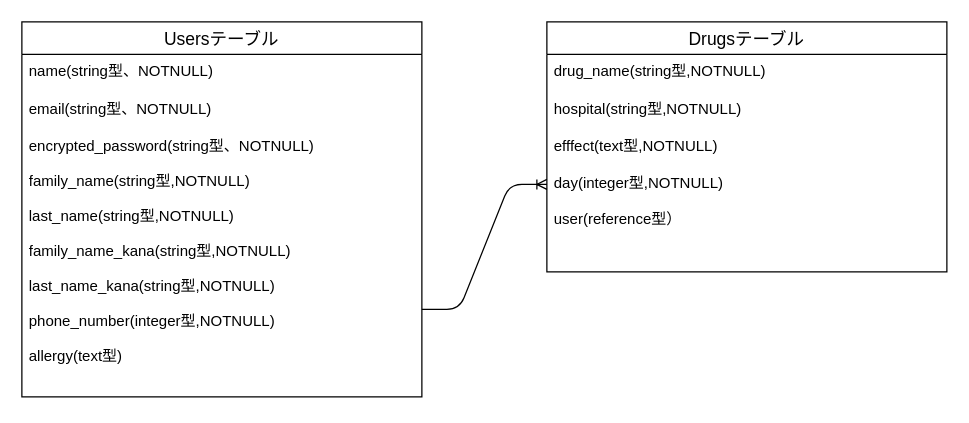
The draw.io diagram test.dio in takuro-1011/drug-note, before the edit. Source tidied: cells renumbered, new cells numbered last; positions are measured from the earlier drawing's top-left corner, leaving out a move shared by most shapes. Both pictures are drawn from the tidied source at 125%, with x=0, y=0 at pixel (21, 21).
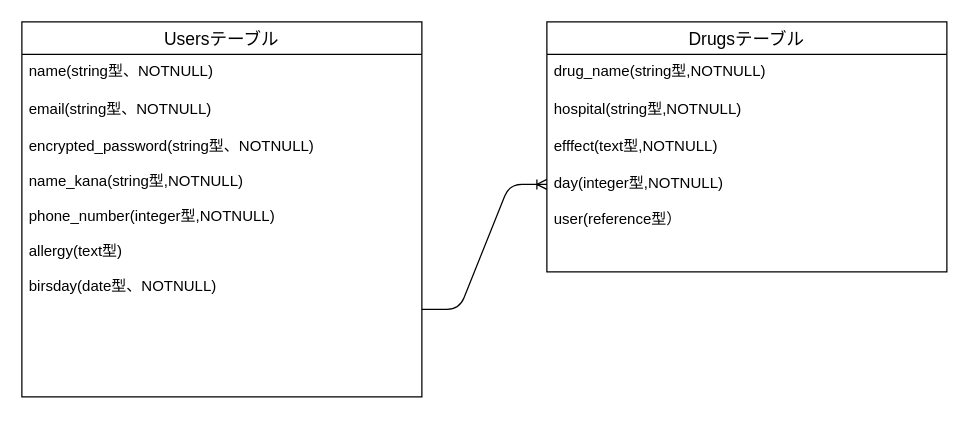
After the change.

The edit, as a diff of the source:
```diff
@@
 <mxGraphModel>
   <root>
     <mxCell id="0" />
     <mxCell id="1" parent="0" />
     <mxCell id="2" value="Usersテーブル" style="swimlane;fontStyle=0;horizontal=1;startSize=26;align=center;fontSize=14;" parent="1" vertex="1">
       <mxGeometry width="320" height="300" as="geometry" />
     </mxCell>
     <mxCell id="3" value="name(string型、NOTNULL)" style="text;strokeColor=none;fillColor=none;spacingLeft=4;spacingRight=4;overflow=hidden;fontSize=12;" parent="2" vertex="1">
       <mxGeometry y="26" width="320" height="30" as="geometry" />
     </mxCell>
     <mxCell id="4" value="email(string型、NOTNULL)" style="text;strokeColor=none;fillColor=none;spacingLeft=4;spacingRight=4;overflow=hidden;fontSize=12;" parent="2" vertex="1">
       <mxGeometry y="56" width="320" height="30" as="geometry" />
     </mxCell>
-    <mxCell id="5" value="encrypted_password(string型、NOTNULL)&#10;&#10;family_name(string型,NOTNULL)&#10;&#10;last_name(string型,NOTNULL)&#10;&#10;family_name_kana(string型,NOTNULL)&#10;&#10;last_name_kana(string型,NOTNULL)&#10;&#10;phone_number(integer型,NOTNULL)&#10;&#10;allergy(text型)" style="text;strokeColor=none;fillColor=none;spacingLeft=4;spacingRight=4;overflow=hidden;fontSize=12;" parent="2" vertex="1">
+    <mxCell id="5" value="encrypted_password(string型、NOTNULL)&#10;&#10;name_kana(string型,NOTNULL)&#10;&#10;phone_number(integer型,NOTNULL)&#10;&#10;allergy(text型)&#10;&#10;birsday(date型、NOTNULL)" style="text;strokeColor=none;fillColor=none;spacingLeft=4;spacingRight=4;overflow=hidden;fontSize=12;" parent="2" vertex="1">
       <mxGeometry y="86" width="320" height="214" as="geometry" />
     </mxCell>
     <mxCell id="6" value="Drugsテーブル" style="swimlane;fontStyle=0;horizontal=1;startSize=26;align=center;fontSize=14;" parent="1" vertex="1">
       <mxGeometry x="420" width="320" height="200" as="geometry" />
     </mxCell>
     <mxCell id="7" value="drug_name(string型,NOTNULL)" style="text;strokeColor=none;fillColor=none;spacingLeft=4;spacingRight=4;overflow=hidden;fontSize=12;" parent="6" vertex="1">
       <mxGeometry y="26" width="320" height="30" as="geometry" />
     </mxCell>
     <mxCell id="8" value="hospital(string型,NOTNULL)" style="text;strokeColor=none;fillColor=none;spacingLeft=4;spacingRight=4;overflow=hidden;fontSize=12;" parent="6" vertex="1">
       <mxGeometry y="56" width="320" height="30" as="geometry" />
     </mxCell>
     <mxCell id="9" value="efffect(text型,NOTNULL)&#10;&#10;day(integer型,NOTNULL)&#10;&#10;user(reference型）" style="text;strokeColor=none;fillColor=none;spacingLeft=4;spacingRight=4;overflow=hidden;fontSize=12;whiteSpace=wrap;" parent="6" vertex="1">
       <mxGeometry y="86" width="320" height="114" as="geometry" />
     </mxCell>
     <mxCell id="10" style="edgeStyle=entityRelationEdgeStyle;fontSize=12;html=1;endArrow=ERoneToMany;" parent="1" edge="1">
       <mxGeometry relative="1" as="geometry">
         <mxPoint x="320" y="230" as="sourcePoint" />
         <mxPoint x="420" y="130" as="targetPoint" />
       </mxGeometry>
     </mxCell>
   </root>
 </mxGraphModel>
```
